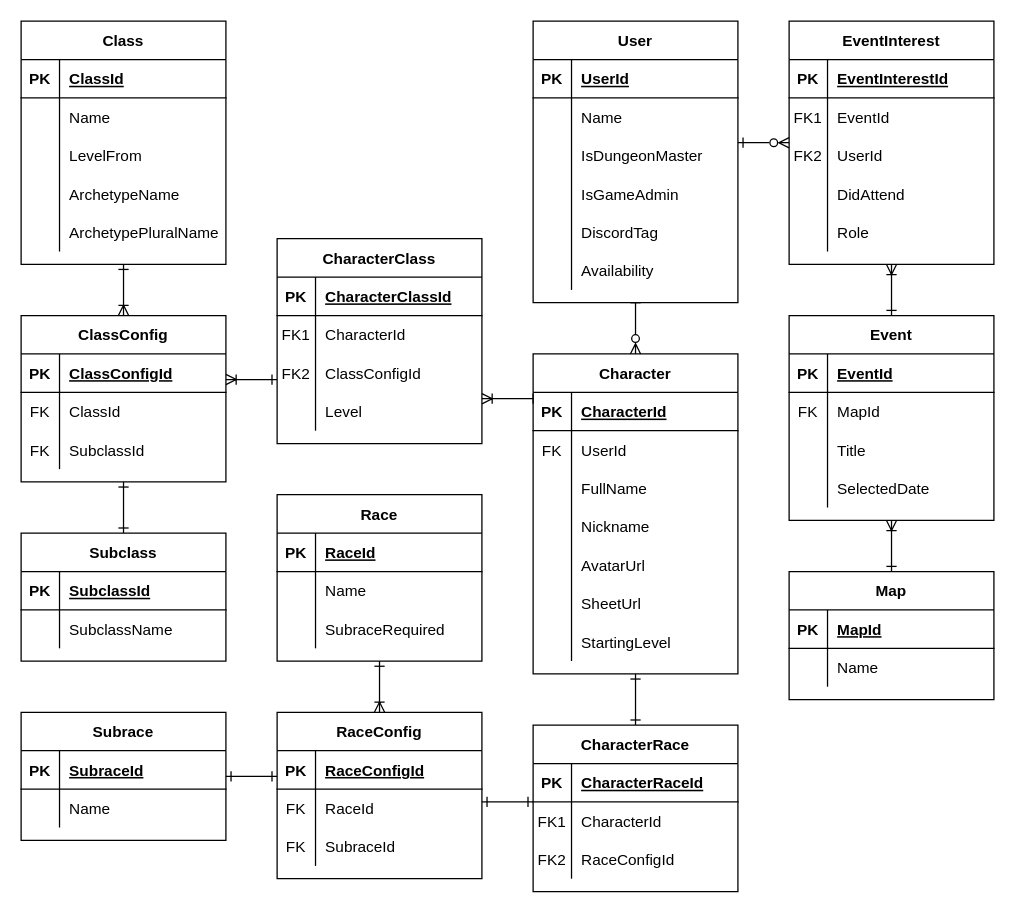
Before: Documentation/Entity Relationship Diagram.drawio in Jackclarke95/into-the-west, a draw.io diagram. Source tidied: cells renumbered, new cells numbered last; positions are measured from the earlier drawing's top-left corner, leaving out a move shared by most shapes. Both pictures are drawn from the tidied source at 128%, with x=0, y=0 at pixel (20, 20).
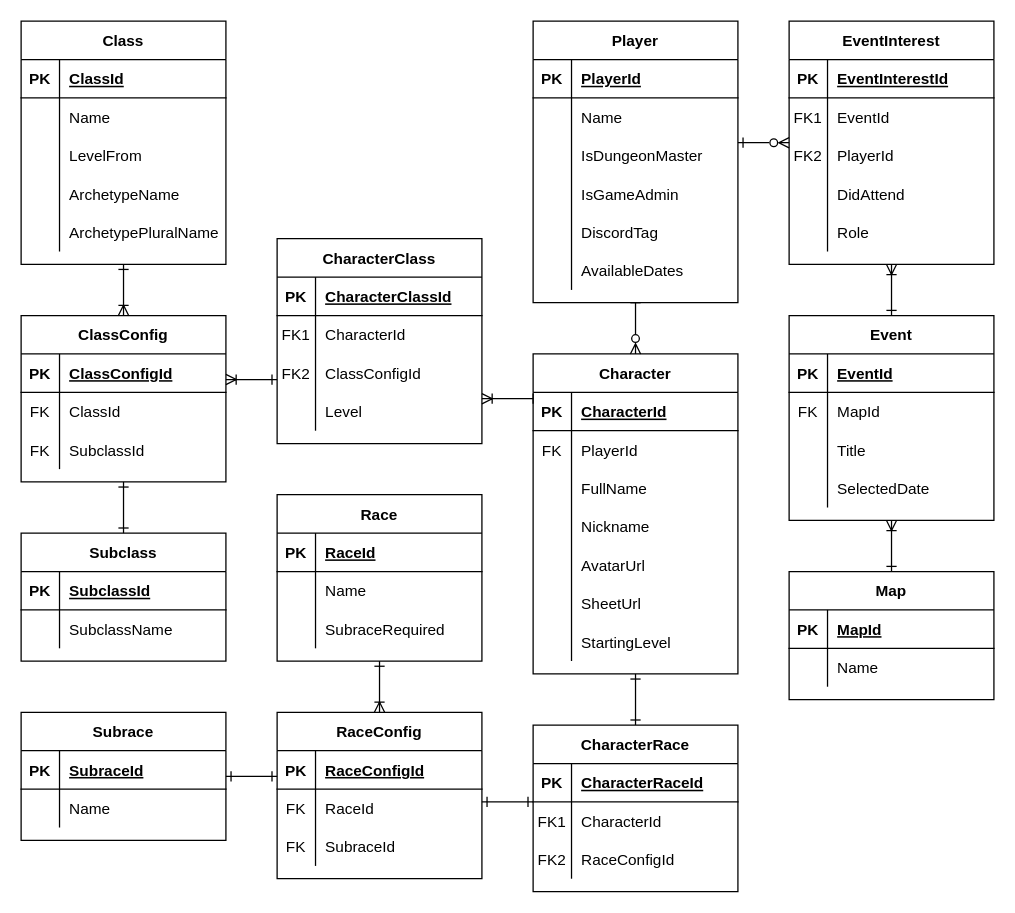
The same page after the edit.

The change refers to these unchanged cells:
```xml
<mxCell id="7" style="shape=tableRow;horizontal=0;startSize=0;swimlaneHead=0;swimlaneBody=0;fillColor=none;top=0;left=0;right=0;bottom=0;strokeColor=default;" parent="3" vertex="1">
  <mxGeometry y="60" width="160" height="30" as="geometry" />
</mxCell>
<mxCell id="46" style="shape=tableRow;horizontal=0;startSize=0;swimlaneHead=0;swimlaneBody=0;fillColor=none;top=0;left=0;right=0;bottom=0;strokeColor=default;" parent="39" vertex="1">
  <mxGeometry y="90" width="160" height="30" as="geometry" />
</mxCell>
<mxCell id="58" style="shape=tableRow;horizontal=0;startSize=0;swimlaneHead=0;swimlaneBody=0;fillColor=none;top=0;left=0;right=0;bottom=1;strokeColor=default;" parent="57" vertex="1">
  <mxGeometry y="30" width="160" height="30" as="geometry" />
</mxCell>
<mxCell id="73" style="shape=tableRow;horizontal=0;startSize=0;swimlaneHead=0;swimlaneBody=0;fillColor=none;top=0;left=0;right=0;bottom=0;" parent="57" vertex="1">
  <mxGeometry y="180" width="160" height="30" as="geometry" />
</mxCell>
```

Diff of the diagram source:
```diff
@@
-    <mxCell id="9" value="UserId" style="shape=partialRectangle;fillColor=none;top=0;left=0;bottom=0;right=0;align=left;spacingLeft=6;fontStyle=0;overflow=hidden;strokeColor=default;" parent="7" vertex="1">
+    <mxCell id="9" value="PlayerId" style="shape=partialRectangle;fillColor=none;top=0;left=0;bottom=0;right=0;align=left;spacingLeft=6;fontStyle=0;overflow=hidden;strokeColor=default;" parent="7" vertex="1">
       <mxGeometry x="30" width="130" height="30" as="geometry" />
     </mxCell>
@@
-    <mxCell id="48" value="UserId" style="shape=partialRectangle;fillColor=none;top=0;left=0;bottom=0;right=0;align=left;spacingLeft=6;fontStyle=0;overflow=hidden;strokeColor=default;" parent="46" vertex="1">
+    <mxCell id="48" value="PlayerId" style="shape=partialRectangle;fillColor=none;top=0;left=0;bottom=0;right=0;align=left;spacingLeft=6;fontStyle=0;overflow=hidden;strokeColor=default;" parent="46" vertex="1">
       <mxGeometry x="30" width="130" height="30" as="geometry" />
     </mxCell>
@@
-    <mxCell id="57" value="User" style="shape=table;startSize=30;childLayout=tableLayout;rowLines=0;fontStyle=1;align=center;strokeColor=default;" parent="1" vertex="1">
+    <mxCell id="57" value="Player" style="shape=table;startSize=30;childLayout=tableLayout;rowLines=0;fontStyle=1;align=center;strokeColor=default;" parent="1" vertex="1">
       <mxGeometry x="400" width="160" height="220" as="geometry" />
     </mxCell>
@@
-    <mxCell id="60" value="UserId" style="shape=partialRectangle;fillColor=none;top=0;left=0;bottom=0;right=0;align=left;spacingLeft=6;fontStyle=5;overflow=hidden;strokeColor=default;" parent="58" vertex="1">
+    <mxCell id="60" value="PlayerId" style="shape=partialRectangle;fillColor=none;top=0;left=0;bottom=0;right=0;align=left;spacingLeft=6;fontStyle=5;overflow=hidden;strokeColor=default;" parent="58" vertex="1">
       <mxGeometry x="30" width="130" height="30" as="geometry" />
     </mxCell>
@@
-    <mxCell id="75" value="Availability" style="shape=partialRectangle;fillColor=none;top=0;left=0;bottom=0;right=0;align=left;spacingLeft=6;overflow=hidden;" parent="73" vertex="1">
+    <mxCell id="75" value="AvailableDates" style="shape=partialRectangle;fillColor=none;top=0;left=0;bottom=0;right=0;align=left;spacingLeft=6;overflow=hidden;" parent="73" vertex="1">
       <mxGeometry x="30" width="130" height="30" as="geometry" />
     </mxCell>
```
